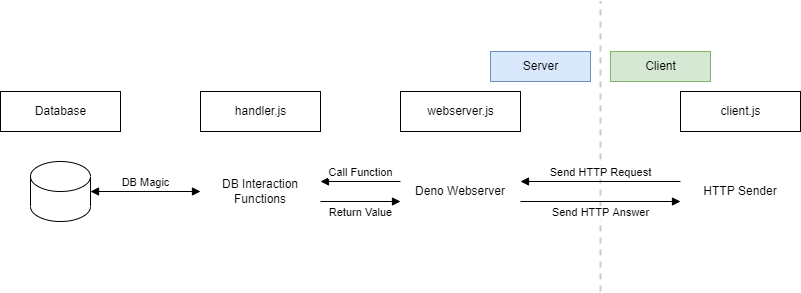
ReDeployed/redeploy-docs keeps this draw.io diagram as docs/source/img/database/http/overview.png. Above is the earlier version. Source tidied: cells renumbered, new cells last; positions are measured from the earlier drawing's top-left corner, leaving out a move shared by most shapes.
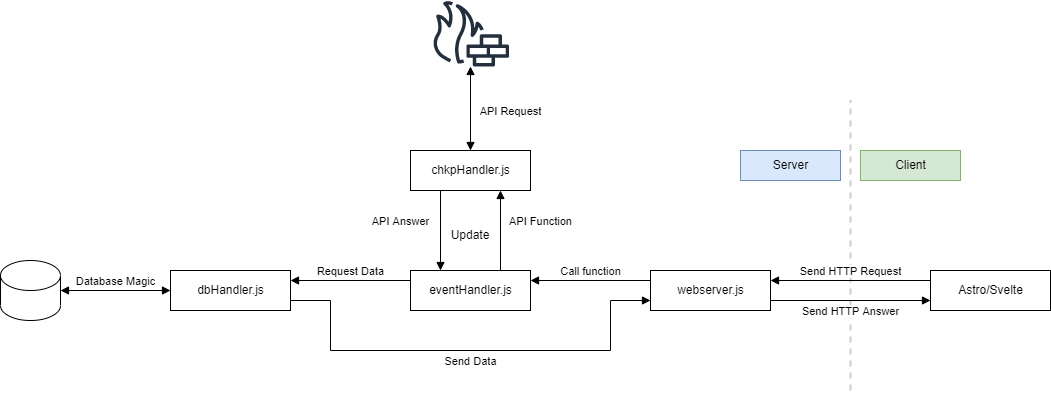
After the commit.

Change to the diagram source:
```diff
@@ -4,54 +4,77 @@
     <mxCell id="1" parent="0" />
     <mxCell id="2" style="endArrow=none;dashed=1;html=1;strokeWidth=2;rounded=0;opacity=20;" parent="1" edge="1">
       <mxGeometry relative="1" as="geometry">
-        <mxPoint x="600" y="290" as="sourcePoint" />
-        <mxPoint x="600" as="targetPoint" />
+        <mxPoint x="680" y="290" as="sourcePoint" />
+        <mxPoint x="680" as="targetPoint" />
       </mxGeometry>
     </mxCell>
-    <mxCell id="3" value="Database" style="html=1;" parent="1" vertex="1">
-      <mxGeometry y="90" width="120" height="40" as="geometry" />
-    </mxCell>
-    <mxCell id="4" value="handler.js" style="html=1;" parent="1" vertex="1">
-      <mxGeometry x="200" y="90" width="120" height="40" as="geometry" />
+    <mxCell id="4" value="dbHandler.js" style="html=1;" parent="1" vertex="1">
+      <mxGeometry y="170" width="120" height="40" as="geometry" />
     </mxCell>
     <mxCell id="5" value="webserver.js" style="html=1;" parent="1" vertex="1">
-      <mxGeometry x="400" y="90" width="120" height="40" as="geometry" />
+      <mxGeometry x="480" y="170" width="120" height="40" as="geometry" />
     </mxCell>
-    <mxCell id="6" value="client.js" style="html=1;" parent="1" vertex="1">
-      <mxGeometry x="680" y="90" width="120" height="40" as="geometry" />
-    </mxCell>
     <mxCell id="7" value="Server" style="html=1;fillColor=#dae8fc;strokeColor=#6c8ebf;" parent="1" vertex="1">
-      <mxGeometry x="490" y="50" width="100" height="30" as="geometry" />
+      <mxGeometry x="570" y="50" width="100" height="30" as="geometry" />
     </mxCell>
     <mxCell id="8" value="Client" style="html=1;fillColor=#d5e8d4;strokeColor=#82b366;" parent="1" vertex="1">
-      <mxGeometry x="610" y="50" width="100" height="30" as="geometry" />
+      <mxGeometry x="690" y="50" width="100" height="30" as="geometry" />
     </mxCell>
-    <mxCell id="9" value="HTTP Sender" style="text;html=1;strokeColor=none;fillColor=none;align=center;verticalAlign=middle;whiteSpace=wrap;rounded=0;opacity=50;" parent="1" vertex="1">
-      <mxGeometry x="680" y="170" width="120" height="40" as="geometry" />
-    </mxCell>
-    <mxCell id="10" value="Deno Webserver" style="text;html=1;strokeColor=none;fillColor=none;align=center;verticalAlign=middle;whiteSpace=wrap;rounded=0;opacity=50;" parent="1" vertex="1">
-      <mxGeometry x="400" y="170" width="120" height="40" as="geometry" />
-    </mxCell>
-    <mxCell id="11" value="DB Interaction&lt;br&gt;Functions" style="text;html=1;strokeColor=none;fillColor=none;align=center;verticalAlign=middle;whiteSpace=wrap;rounded=0;opacity=50;" parent="1" vertex="1">
-      <mxGeometry x="200" y="170" width="120" height="40" as="geometry" />
-    </mxCell>
     <mxCell id="12" style="shape=cylinder3;whiteSpace=wrap;html=1;boundedLbl=1;backgroundOutline=1;size=15;fillColor=default;gradientColor=none;" parent="1" vertex="1">
-      <mxGeometry x="30" y="160" width="60" height="60" as="geometry" />
+      <mxGeometry x="-170" y="160" width="60" height="60" as="geometry" />
     </mxCell>
-    <mxCell id="13" value="Send HTTP Request" style="html=1;verticalAlign=bottom;endArrow=block;rounded=0;exitX=0;exitY=0.25;exitDx=0;exitDy=0;entryX=1;entryY=0.25;entryDx=0;entryDy=0;" parent="1" edge="1" source="9" target="10">
-      <mxGeometry relative="1" as="geometry" />
+    <mxCell id="13" value="Send HTTP Request" style="html=1;verticalAlign=bottom;endArrow=block;rounded=0;exitX=0;exitY=0.25;exitDx=0;exitDy=0;entryX=1;entryY=0.25;entryDx=0;entryDy=0;" parent="1" edge="1" target="5">
+      <mxGeometry relative="1" as="geometry">
+        <mxPoint x="760" y="180" as="sourcePoint" />
+      </mxGeometry>
     </mxCell>
-    <mxCell id="14" value="Call Function" style="html=1;verticalAlign=bottom;endArrow=block;rounded=0;exitX=0;exitY=0.25;exitDx=0;exitDy=0;entryX=1;entryY=0.25;entryDx=0;entryDy=0;" parent="1" edge="1" source="10" target="11">
-      <mxGeometry relative="1" as="geometry" />
-    </mxCell>
-    <mxCell id="15" value="DB Magic" style="html=1;verticalAlign=bottom;endArrow=block;rounded=0;exitX=0;exitY=0.5;exitDx=0;exitDy=0;entryX=1;entryY=0.5;entryDx=0;entryDy=0;entryPerimeter=0;startArrow=block;startFill=1;" parent="1" edge="1" source="11" target="12">
-      <mxGeometry relative="1" as="geometry" />
-    </mxCell>
-    <mxCell id="16" value="Return Value" style="html=1;verticalAlign=bottom;endArrow=block;rounded=0;exitX=1;exitY=0.75;exitDx=0;exitDy=0;entryX=0;entryY=0.75;entryDx=0;entryDy=0;" parent="1" edge="1" source="11" target="10">
-      <mxGeometry y="-20" relative="1" as="geometry" />
-    </mxCell>
-    <mxCell id="17" value="Send HTTP Answer" style="html=1;verticalAlign=bottom;endArrow=block;rounded=0;exitX=1;exitY=0.75;exitDx=0;exitDy=0;entryX=0;entryY=0.75;entryDx=0;entryDy=0;" parent="1" edge="1" source="10" target="9">
-      <mxGeometry y="-20" relative="1" as="geometry" />
+    <mxCell id="17" value="Send HTTP Answer" style="html=1;verticalAlign=bottom;endArrow=block;rounded=0;exitX=1;exitY=0.75;exitDx=0;exitDy=0;entryX=0;entryY=0.75;entryDx=0;entryDy=0;" parent="1" edge="1" source="5">
+      <mxGeometry y="-20" relative="1" as="geometry">
+        <mxPoint x="760" y="200" as="targetPoint" />
+      </mxGeometry>
     </mxCell>
+    <mxCell id="18" value="eventHandler.js" style="html=1;" parent="1" vertex="1">
+      <mxGeometry x="240" y="170" width="120" height="40" as="geometry" />
+    </mxCell>
+    <mxCell id="19" value="chkpHandler.js" style="html=1;" parent="1" vertex="1">
+      <mxGeometry x="240" y="50" width="120" height="40" as="geometry" />
+    </mxCell>
+    <mxCell id="20" value="Call function" style="html=1;verticalAlign=bottom;endArrow=block;rounded=0;exitX=0;exitY=0.25;exitDx=0;exitDy=0;entryX=1;entryY=0.25;entryDx=0;entryDy=0;" parent="1" edge="1" source="5" target="18">
+      <mxGeometry relative="1" as="geometry" />
+    </mxCell>
+    <mxCell id="21" value="Request Data" style="html=1;verticalAlign=bottom;endArrow=block;rounded=0;exitX=0;exitY=0.25;exitDx=0;exitDy=0;entryX=1;entryY=0.25;entryDx=0;entryDy=0;" parent="1" edge="1" source="18" target="4">
+      <mxGeometry relative="1" as="geometry" />
+    </mxCell>
+    <mxCell id="22" value="Database Magic" style="html=1;verticalAlign=bottom;endArrow=block;rounded=0;entryX=1;entryY=0.5;entryDx=0;entryDy=0;entryPerimeter=0;exitX=0;exitY=0.5;exitDx=0;exitDy=0;startArrow=block;startFill=1;" parent="1" edge="1" source="4" target="12">
+      <mxGeometry relative="1" as="geometry" />
+    </mxCell>
+    <mxCell id="23" value="Send Data" style="html=1;verticalAlign=bottom;endArrow=block;rounded=0;exitX=1;exitY=0.75;exitDx=0;exitDy=0;entryX=0;entryY=0.75;entryDx=0;entryDy=0;" parent="1" edge="1" source="4" target="5">
+      <mxGeometry y="-20" relative="1" as="geometry">
+        <Array as="points">
+          <mxPoint x="160" y="200" />
+          <mxPoint x="160" y="250" />
+          <mxPoint x="440" y="250" />
+          <mxPoint x="440" y="200" />
+        </Array>
+      </mxGeometry>
+    </mxCell>
+    <mxCell id="24" value="API Function" style="html=1;verticalAlign=bottom;endArrow=block;rounded=0;exitX=0.75;exitY=0;exitDx=0;exitDy=0;entryX=0.75;entryY=1;entryDx=0;entryDy=0;" parent="1" edge="1" source="18" target="19">
+      <mxGeometry y="-40" relative="1" as="geometry" />
+    </mxCell>
+    <mxCell id="25" value="API Answer" style="html=1;verticalAlign=bottom;endArrow=block;rounded=0;exitX=0.25;exitY=1;exitDx=0;exitDy=0;entryX=0.25;entryY=0;entryDx=0;entryDy=0;" parent="1" edge="1" source="19" target="18">
+      <mxGeometry y="-40" relative="1" as="geometry" />
+    </mxCell>
+    <mxCell id="26" value="Astro/Svelte" style="html=1;" parent="1" vertex="1">
+      <mxGeometry x="760" y="170" width="120" height="40" as="geometry" />
+    </mxCell>
+    <mxCell id="27" value="Update" style="text;html=1;strokeColor=none;fillColor=none;align=center;verticalAlign=middle;whiteSpace=wrap;rounded=0;" parent="1" vertex="1">
+      <mxGeometry x="270" y="120" width="60" height="30" as="geometry" />
+    </mxCell>
+    <mxCell id="28" style="sketch=0;outlineConnect=0;fontColor=#232F3E;gradientColor=none;fillColor=#232F3D;strokeColor=none;dashed=0;verticalLabelPosition=bottom;verticalAlign=top;align=center;html=1;fontSize=12;fontStyle=0;shape=mxgraph.aws4.generic_firewall;" parent="1" vertex="1">
+      <mxGeometry x="261" y="-100" width="78" height="66" as="geometry" />
+    </mxCell>
+    <mxCell id="29" value="API Request" style="html=1;verticalAlign=bottom;endArrow=block;rounded=0;exitX=0.5;exitY=0;exitDx=0;exitDy=0;startArrow=block;startFill=1;" parent="1" edge="1" source="19" target="28">
+      <mxGeometry x="-0.29" y="-40" relative="1" as="geometry" />
+    </mxCell>
   </root>
 </mxGraphModel>
```
